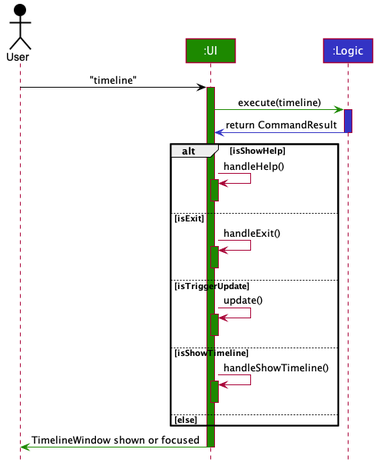
The PlantUML diagram docs/images/ShowTimelineSequenceDiagram.png in nus-cs2103-AY2021S1/tp, before a commit. Source of this version:
```plantuml
@startuml








skinparam BackgroundColor #FFFFFFF

skinparam Shadowing false

skinparam Class {
    FontColor #FFFFFF
    BorderThickness 1
    BorderColor #FFFFFF
    StereotypeFontColor #FFFFFF
    FontName Arial
}

skinparam Actor {
    BorderColor #000000
    Color #000000
    FontName Arial
}

skinparam Sequence {
    MessageAlign center
    BoxFontSize 15
    BoxPadding 0
    BoxFontColor #FFFFFF
    FontName Arial
}

skinparam Participant {
    FontColor #FFFFFFF
    Padding 20
}

skinparam MinClassWidth 50
skinparam ParticipantPadding 10
skinparam Shadowing false
skinparam DefaultTextAlignment center
skinparam packageStyle Rectangle

hide footbox
hide members
hide circle

Actor User as user #000000
Participant ":UI" as ui #1D8900
Participant ":Logic" as logic #3333C4

user -[#000000]> ui : "timeline"
activate ui #1D8900
ui -[#1D8900]> logic : execute(timeline)
activate logic #3333C4
logic -[#3333C4]> ui : return CommandResult
deactivate logic

alt isShowHelp
    ui -> ui : handleHelp()
    activate ui #1D8900
    deactivate ui #1D8900
else isExit
    ui-> ui : handleExit()
    activate ui #1D8900
    deactivate ui #1D8900
else isTriggerUpdate
    ui-> ui : update()
    activate ui #1D8900
    deactivate ui #1D8900
else isShowTimeline
    ui-> ui : handleShowTimeline()
    activate ui #1D8900
    deactivate ui #1D8900
else else
end

ui -[#1D8900]> user : TimelineWindow shown or focused
deactivate

@enduml
```
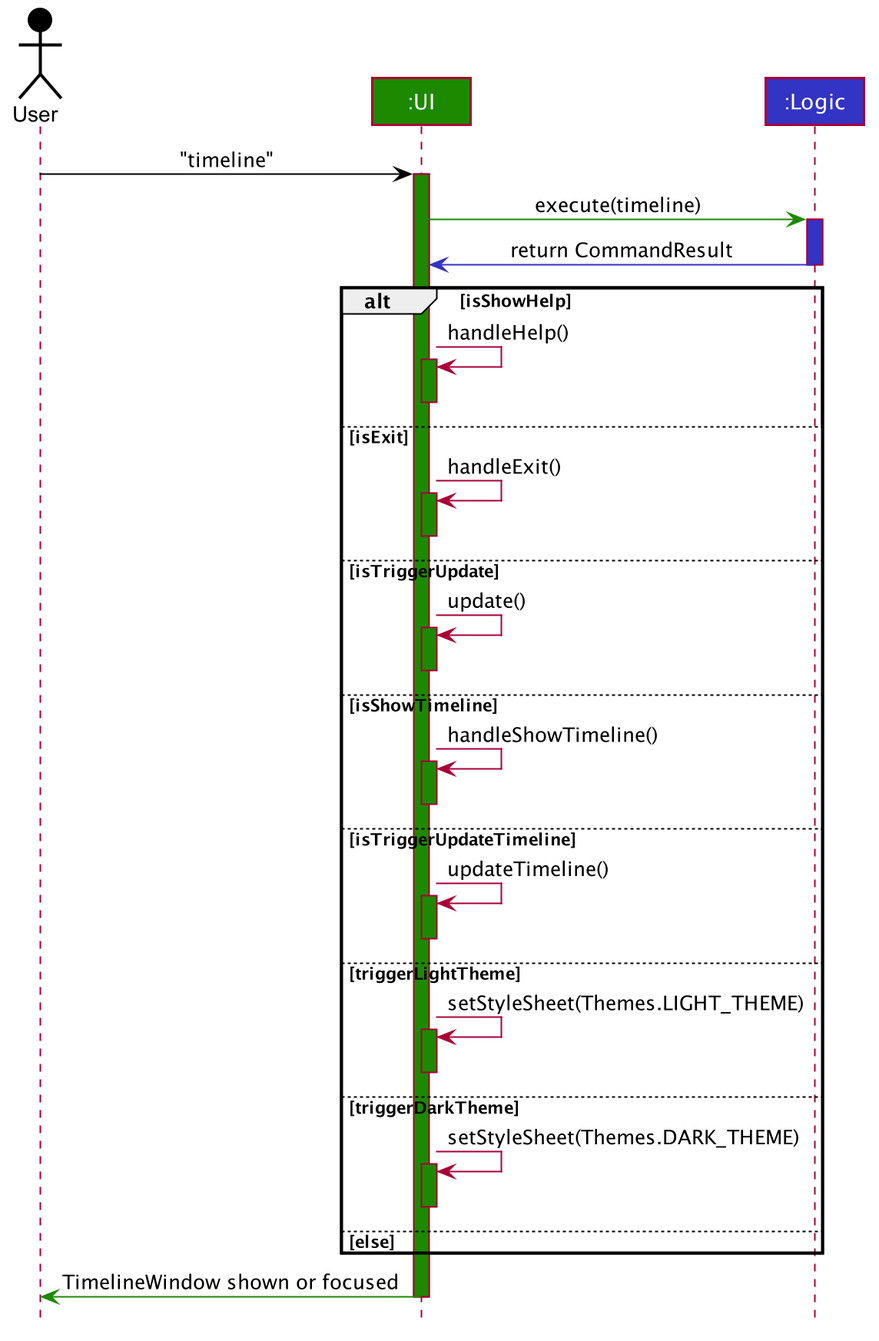
Later version of the same file.

What changed in the source:
```diff
@@ -75,6 +75,18 @@
     ui-> ui : handleShowTimeline()
     activate ui #1D8900
     deactivate ui #1D8900
+else isTriggerUpdateTimeline
+    ui-> ui : updateTimeline()
+    activate ui #1D8900
+    deactivate ui #1D8900
+else triggerLightTheme
+    ui-> ui : setStyleSheet(Themes.LIGHT_THEME)
+    activate ui #1D8900
+    deactivate ui #1D8900
+else triggerDarkTheme
+    ui-> ui : setStyleSheet(Themes.DARK_THEME)
+    activate ui #1D8900
+    deactivate ui #1D8900
 else else
 end
 
```
